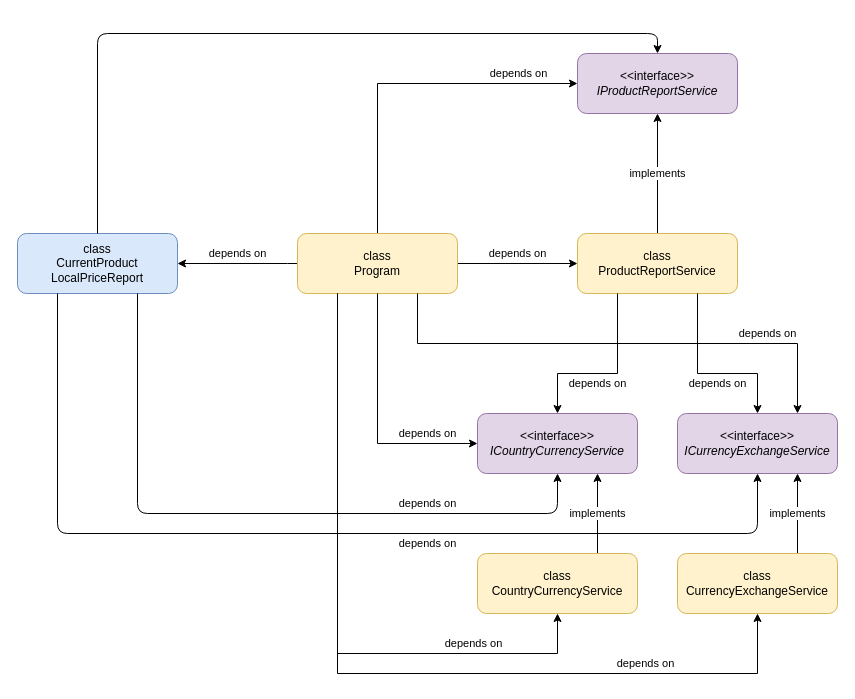
Earlier version of the draw.io diagram page "CurrentProductLocalPriceReport" (7 of 8) of module03/module03.drawio (epam-dotnet-lab/northwind-apps). Source tidied: cells renumbered, new cells numbered last; positions are measured from the earlier drawing's top-left corner, leaving out a move shared by most shapes. Both pictures are drawn from the tidied source at 100%, with x=0, y=0 at pixel (17, 33).
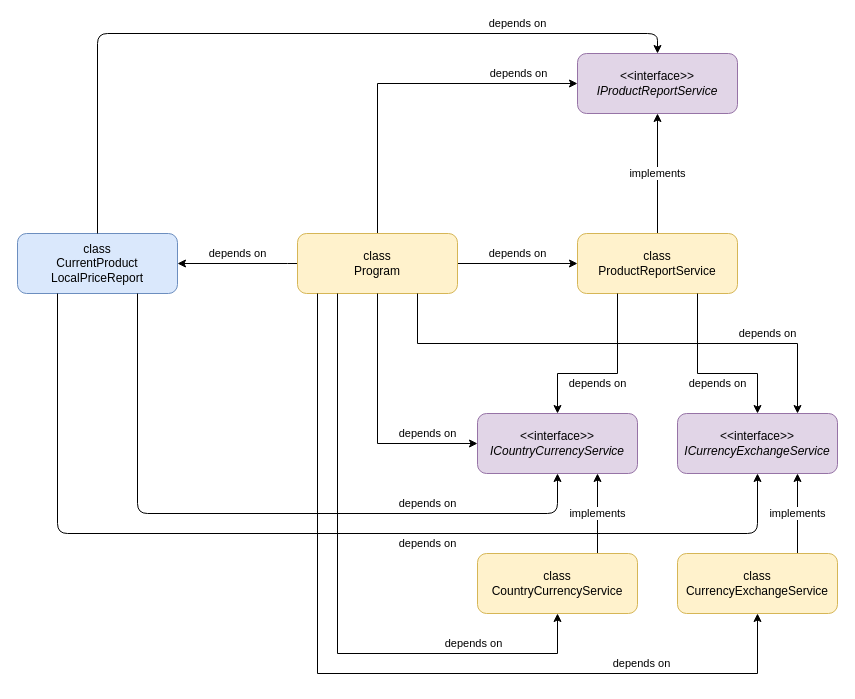
Above is the later version.

The change refers to these unchanged cells:
```xml
<mxCell id="5" value="class&lt;br&gt;Program" style="rounded=1;whiteSpace=wrap;html=1;fillColor=#fff2cc;strokeColor=#d6b656;" parent="1" vertex="1">
  <mxGeometry x="280" y="200" width="160" height="60" as="geometry" />
</mxCell>
<mxCell id="13" value="&amp;lt;&amp;lt;interface&amp;gt;&amp;gt;&lt;br&gt;&lt;i&gt;IProductReportService&lt;/i&gt;" style="rounded=1;whiteSpace=wrap;html=1;fillColor=#e1d5e7;strokeColor=#9673a6;" parent="1" vertex="1">
  <mxGeometry x="560" y="20" width="160" height="60" as="geometry" />
</mxCell>
<mxCell id="14" value="class&lt;br&gt;CurrentProduct&lt;br&gt;LocalPriceReport" style="rounded=1;whiteSpace=wrap;html=1;fillColor=#dae8fc;strokeColor=#6c8ebf;" parent="1" vertex="1">
  <mxGeometry y="200" width="160" height="60" as="geometry" />
</mxCell>
<mxCell id="19" value="class&lt;br&gt;CurrencyExchangeService" style="rounded=1;whiteSpace=wrap;html=1;fillColor=#fff2cc;strokeColor=#d6b656;" parent="1" vertex="1">
  <mxGeometry x="660" y="520" width="160" height="60" as="geometry" />
</mxCell>
<mxCell id="21" value="class&lt;br&gt;CountryCurrencyService" style="rounded=1;whiteSpace=wrap;html=1;fillColor=#fff2cc;strokeColor=#d6b656;" parent="1" vertex="1">
  <mxGeometry x="460" y="520" width="160" height="60" as="geometry" />
</mxCell>
```

Change to the diagram source:
```diff
@@
-    <mxCell id="15" style="endArrow=classic;html=1;entryX=0.5;entryY=0;entryDx=0;entryDy=0;exitX=0.5;exitY=0;exitDx=0;exitDy=0;" parent="1" edge="1" source="14" target="13">
-      <mxGeometry relative="1" as="geometry">
+    <mxCell id="15" value="depends on" style="endArrow=classic;html=1;entryX=0.5;entryY=0;entryDx=0;entryDy=0;exitX=0.5;exitY=0;exitDx=0;exitDy=0;" parent="1" edge="1" source="14" target="13">
+      <mxGeometry x="0.59" y="10" relative="1" as="geometry">
         <Array as="points">
           <mxPoint x="80" />
           <mxPoint x="640" />
         </Array>
       </mxGeometry>
     </mxCell>
@@
-    <mxCell id="22" value="depends on" style="edgeStyle=orthogonalEdgeStyle;rounded=0;jettySize=auto;html=1;exitX=0.25;exitY=1;exitDx=0;exitDy=0;" parent="1" edge="1" source="5" target="21">
+    <mxCell id="22" value="depends on" style="edgeStyle=orthogonalEdgeStyle;rounded=0;jettySize=auto;html=1;exitX=0.25;exitY=1;exitDx=0;exitDy=0;jumpStyle=none;" parent="1" edge="1" source="5" target="21">
       <mxGeometry x="0.6" y="10" relative="1" as="geometry">
         <Array as="points">
           <mxPoint x="320" y="620" />
           <mxPoint x="540" y="620" />
         </Array>
       </mxGeometry>
     </mxCell>
-    <mxCell id="23" value="depends on" style="edgeStyle=orthogonalEdgeStyle;rounded=0;jettySize=auto;html=1;exitX=0.25;exitY=1;exitDx=0;exitDy=0;entryX=0.5;entryY=1;entryDx=0;entryDy=0;" parent="1" edge="1" source="5" target="19">
+    <mxCell id="23" value="depends on" style="edgeStyle=orthogonalEdgeStyle;rounded=0;jettySize=auto;html=1;entryX=0.5;entryY=1;entryDx=0;entryDy=0;" parent="1" edge="1" source="5" target="19">
       <mxGeometry x="0.6" y="10" relative="1" as="geometry">
         <Array as="points">
-          <mxPoint x="320" y="640" />
+          <mxPoint x="300" y="640" />
           <mxPoint x="740" y="640" />
         </Array>
       </mxGeometry>
     </mxCell>
```
